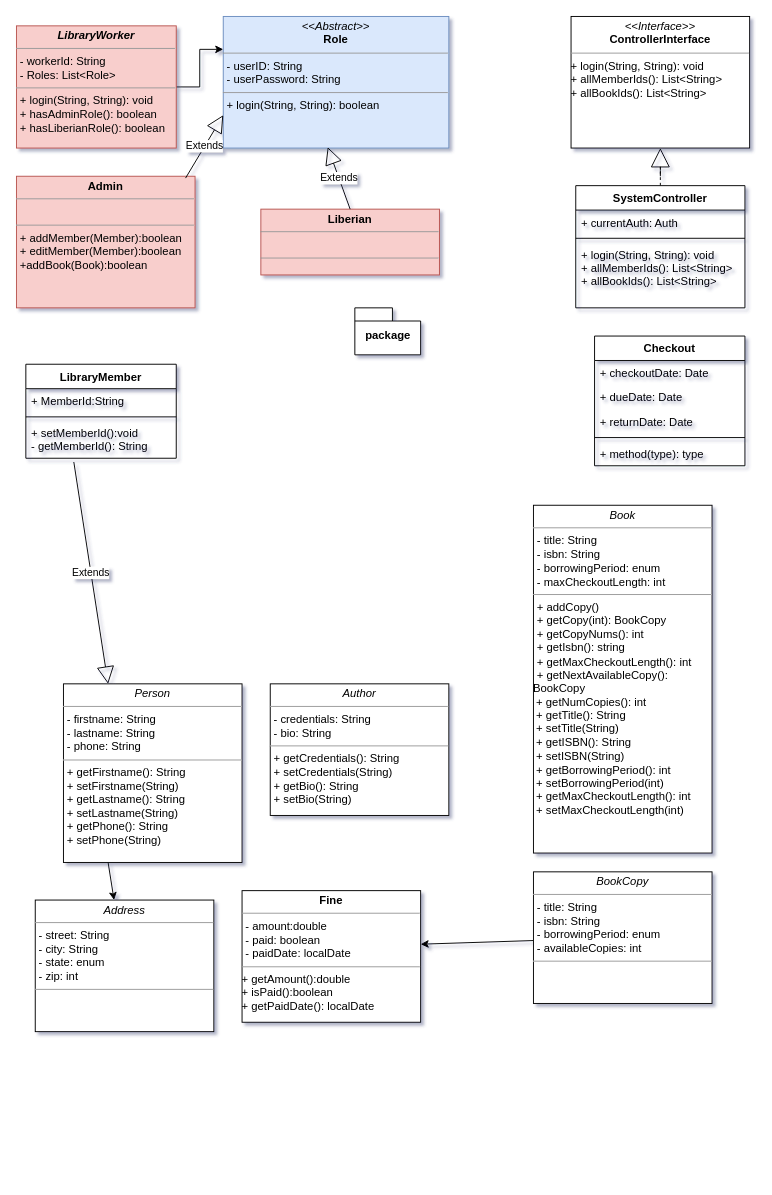
Before: Untitled Diagram.drawio in megaunknown/UML, a draw.io diagram. Source tidied: cells renumbered, new cells numbered last; positions are measured from the earlier drawing's top-left corner, leaving out a move shared by most shapes. Both pictures are drawn from the tidied source at 94%, with x=0, y=0 at pixel (16, 16).
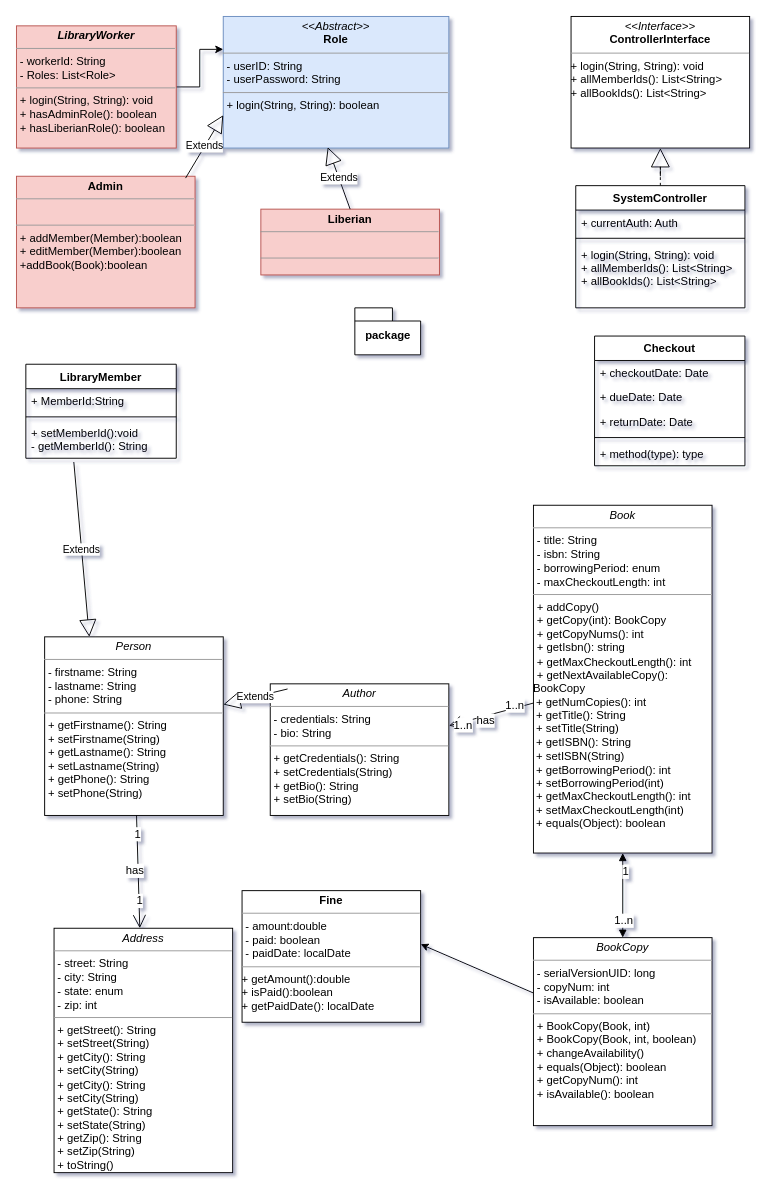
Above is the later version.

Commit message:
Update: Address, Person, Author, Book, BookCopy

The change refers to these unchanged cells:
```xml
<mxCell id="24" value="&lt;p style=&quot;margin: 0px ; margin-top: 4px ; text-align: center&quot;&gt;&lt;i&gt;Author&lt;/i&gt;&lt;/p&gt;&lt;hr size=&quot;1&quot;&gt;&lt;p style=&quot;margin: 0px ; margin-left: 4px&quot;&gt;- credentials: String&lt;br&gt;- bio: String&lt;/p&gt;&lt;hr size=&quot;1&quot;&gt;&lt;p style=&quot;margin: 0px 0px 0px 4px&quot;&gt;+ getCredentials(): String&lt;/p&gt;&lt;p style=&quot;margin: 0px 0px 0px 4px&quot;&gt;+ setCredentials(String)&lt;/p&gt;&lt;p style=&quot;margin: 0px 0px 0px 4px&quot;&gt;+ getBio(): String&lt;/p&gt;&lt;p style=&quot;margin: 0px 0px 0px 4px&quot;&gt;+ setBio(String)&lt;/p&gt;" style="verticalAlign=top;align=left;overflow=fill;fontSize=12;fontFamily=Helvetica;html=1;rounded=0;shadow=0;comic=0;labelBackgroundColor=none;strokeWidth=1;" parent="1" vertex="1">
  <mxGeometry x="270" y="710" width="190" height="140" as="geometry" />
</mxCell>
```

Diff of the diagram source:
```diff
@@
-    <mxCell id="5" value="&lt;p style=&quot;margin: 0px ; margin-top: 4px ; text-align: center&quot;&gt;&lt;i&gt;Book&lt;/i&gt;&lt;/p&gt;&lt;hr size=&quot;1&quot;&gt;&lt;p style=&quot;margin: 0px ; margin-left: 4px&quot;&gt;- title: String&lt;br&gt;- isbn: String&lt;/p&gt;&lt;p style=&quot;margin: 0px ; margin-left: 4px&quot;&gt;- borrowingPeriod: enum&lt;/p&gt;&lt;p style=&quot;margin: 0px ; margin-left: 4px&quot;&gt;-&amp;nbsp;maxCheckoutLength: int&lt;/p&gt;&lt;hr size=&quot;1&quot;&gt;&lt;p style=&quot;margin: 0px ; margin-left: 4px&quot;&gt;+ addCopy()&lt;/p&gt;&lt;p style=&quot;margin: 0px ; margin-left: 4px&quot;&gt;+ getCopy(int): BookCopy&lt;/p&gt;&lt;p style=&quot;margin: 0px ; margin-left: 4px&quot;&gt;+ getCopyNums(): int&lt;br&gt;&lt;/p&gt;&lt;p style=&quot;margin: 0px ; margin-left: 4px&quot;&gt;+&amp;nbsp;getIsbn(): string&lt;/p&gt;&lt;p style=&quot;margin: 0px ; margin-left: 4px&quot;&gt;+&amp;nbsp;getMaxCheckoutLength(): int&lt;/p&gt;&lt;p style=&quot;margin: 0px ; margin-left: 4px&quot;&gt;+ getNextAvailableCopy():&amp;nbsp;&lt;/p&gt;BookCopy&amp;nbsp;&lt;br&gt;&amp;nbsp;+&amp;nbsp;getNumCopies(): int&lt;br&gt;&amp;nbsp;+&amp;nbsp;getTitle(): String&lt;br&gt;&amp;nbsp;+&amp;nbsp;setTitle(String)&amp;nbsp;&lt;br&gt;&amp;nbsp;+&amp;nbsp;getISBN(): String&lt;br&gt;&amp;nbsp;+&amp;nbsp;setISBN(String)&amp;nbsp;&lt;br&gt;&amp;nbsp;+&amp;nbsp;getBorrowingPeriod(): int&lt;br&gt;&amp;nbsp;+ setBorrowingPeriod(int)&amp;nbsp;&lt;br&gt;&amp;nbsp;+&amp;nbsp;getMaxCheckoutLength(): int&lt;br&gt;&amp;nbsp;+ setMaxCheckoutLength(int)&amp;nbsp;" style="verticalAlign=top;align=left;overflow=fill;fontSize=12;fontFamily=Helvetica;html=1;rounded=0;shadow=0;comic=0;labelBackgroundColor=none;strokeWidth=1;" parent="1" vertex="1">
+    <mxCell id="5" value="&lt;p style=&quot;margin: 0px ; margin-top: 4px ; text-align: center&quot;&gt;&lt;i&gt;Book&lt;/i&gt;&lt;/p&gt;&lt;hr size=&quot;1&quot;&gt;&lt;p style=&quot;margin: 0px ; margin-left: 4px&quot;&gt;- title: String&lt;br&gt;- isbn: String&lt;/p&gt;&lt;p style=&quot;margin: 0px ; margin-left: 4px&quot;&gt;- borrowingPeriod: enum&lt;/p&gt;&lt;p style=&quot;margin: 0px ; margin-left: 4px&quot;&gt;-&amp;nbsp;maxCheckoutLength: int&lt;/p&gt;&lt;hr size=&quot;1&quot;&gt;&lt;p style=&quot;margin: 0px ; margin-left: 4px&quot;&gt;+ addCopy()&lt;/p&gt;&lt;p style=&quot;margin: 0px ; margin-left: 4px&quot;&gt;+ getCopy(int): BookCopy&lt;/p&gt;&lt;p style=&quot;margin: 0px ; margin-left: 4px&quot;&gt;+ getCopyNums(): int&lt;br&gt;&lt;/p&gt;&lt;p style=&quot;margin: 0px ; margin-left: 4px&quot;&gt;+&amp;nbsp;getIsbn(): string&lt;/p&gt;&lt;p style=&quot;margin: 0px ; margin-left: 4px&quot;&gt;+&amp;nbsp;getMaxCheckoutLength(): int&lt;/p&gt;&lt;p style=&quot;margin: 0px ; margin-left: 4px&quot;&gt;+ getNextAvailableCopy():&amp;nbsp;&lt;/p&gt;BookCopy&amp;nbsp;&lt;br&gt;&amp;nbsp;+&amp;nbsp;getNumCopies(): int&lt;br&gt;&amp;nbsp;+&amp;nbsp;getTitle(): String&lt;br&gt;&amp;nbsp;+&amp;nbsp;setTitle(String)&amp;nbsp;&lt;br&gt;&amp;nbsp;+&amp;nbsp;getISBN(): String&lt;br&gt;&amp;nbsp;+&amp;nbsp;setISBN(String)&amp;nbsp;&lt;br&gt;&amp;nbsp;+&amp;nbsp;getBorrowingPeriod(): int&lt;br&gt;&amp;nbsp;+ setBorrowingPeriod(int)&amp;nbsp;&lt;br&gt;&amp;nbsp;+&amp;nbsp;getMaxCheckoutLength(): int&lt;br&gt;&amp;nbsp;+ setMaxCheckoutLength(int)&amp;nbsp;&lt;br&gt;&amp;nbsp;+&amp;nbsp;equals(Object): boolean" style="verticalAlign=top;align=left;overflow=fill;fontSize=12;fontFamily=Helvetica;html=1;rounded=0;shadow=0;comic=0;labelBackgroundColor=none;strokeWidth=1;" parent="1" vertex="1">
       <mxGeometry x="550" y="520" width="190" height="370" as="geometry" />
     </mxCell>
@@
     <mxCell id="10" value="&lt;p style=&quot;margin: 0px ; margin-top: 4px ; text-align: center&quot;&gt;&lt;i&gt;Person&lt;/i&gt;&lt;br&gt;&lt;/p&gt;&lt;hr size=&quot;1&quot;&gt;&lt;p style=&quot;margin: 0px ; margin-left: 4px&quot;&gt;- firstname: String&lt;br&gt;- lastname: String&lt;/p&gt;&lt;p style=&quot;margin: 0px ; margin-left: 4px&quot;&gt;- phone: String&lt;br&gt;&lt;/p&gt;&lt;hr size=&quot;1&quot;&gt;&lt;p style=&quot;margin: 0px ; margin-left: 4px&quot;&gt;+ getFirstname(): String&lt;/p&gt;&lt;p style=&quot;margin: 0px ; margin-left: 4px&quot;&gt;+ setFirstname(String)&lt;br&gt;&lt;/p&gt;&lt;p style=&quot;margin: 0px 0px 0px 4px&quot;&gt;+ getLastname(): String&lt;/p&gt;&lt;p style=&quot;margin: 0px 0px 0px 4px&quot;&gt;+ setLastname(String)&lt;br&gt;&lt;/p&gt;&lt;p style=&quot;margin: 0px 0px 0px 4px&quot;&gt;+ getPhone(): String&lt;/p&gt;&lt;p style=&quot;margin: 0px 0px 0px 4px&quot;&gt;+ setPhone(String)&lt;/p&gt;&lt;p style=&quot;margin: 0px 0px 0px 4px&quot;&gt;&lt;br&gt;&lt;/p&gt;" style="verticalAlign=top;align=left;overflow=fill;fontSize=12;fontFamily=Helvetica;html=1;rounded=0;shadow=0;comic=0;labelBackgroundColor=none;strokeWidth=1;" parent="1" vertex="1">
-      <mxGeometry x="50" y="710" width="190" height="190" as="geometry" />
+      <mxGeometry x="30" y="660" width="190" height="190" as="geometry" />
     </mxCell>
@@
-    <mxCell id="14" value="&lt;p style=&quot;margin: 0px ; margin-top: 4px ; text-align: center&quot;&gt;&lt;i&gt;Address&lt;/i&gt;&lt;/p&gt;&lt;hr size=&quot;1&quot;&gt;&lt;p style=&quot;margin: 0px ; margin-left: 4px&quot;&gt;- street: String&lt;br&gt;- city: String&lt;/p&gt;&lt;p style=&quot;margin: 0px ; margin-left: 4px&quot;&gt;- state: enum&lt;/p&gt;&lt;p style=&quot;margin: 0px ; margin-left: 4px&quot;&gt;- zip: int&lt;/p&gt;&lt;hr size=&quot;1&quot;&gt;&lt;p style=&quot;margin: 0px ; margin-left: 4px&quot;&gt;&lt;br&gt;&lt;/p&gt;" style="verticalAlign=top;align=left;overflow=fill;fontSize=12;fontFamily=Helvetica;html=1;rounded=0;shadow=0;comic=0;labelBackgroundColor=none;strokeWidth=1;" parent="1" vertex="1">
-      <mxGeometry x="20" y="940" width="190" height="140" as="geometry" />
+    <mxCell id="14" value="&lt;p style=&quot;margin: 0px ; margin-top: 4px ; text-align: center&quot;&gt;&lt;i&gt;Address&lt;/i&gt;&lt;/p&gt;&lt;hr size=&quot;1&quot;&gt;&lt;p style=&quot;margin: 0px ; margin-left: 4px&quot;&gt;- street: String&lt;br&gt;- city: String&lt;/p&gt;&lt;p style=&quot;margin: 0px ; margin-left: 4px&quot;&gt;- state: enum&lt;/p&gt;&lt;p style=&quot;margin: 0px ; margin-left: 4px&quot;&gt;- zip: int&lt;/p&gt;&lt;hr size=&quot;1&quot;&gt;&lt;p style=&quot;margin: 0px 0px 0px 4px&quot;&gt;+ getStreet(): String&lt;/p&gt;&lt;p style=&quot;margin: 0px 0px 0px 4px&quot;&gt;+ setStreet(String)&lt;/p&gt;&lt;p style=&quot;margin: 0px 0px 0px 4px&quot;&gt;+ getCity(): String&lt;/p&gt;&lt;p style=&quot;margin: 0px 0px 0px 4px&quot;&gt;+ setCity(String)&lt;/p&gt;&lt;p style=&quot;margin: 0px 0px 0px 4px&quot;&gt;+ getCity(): String&lt;/p&gt;&lt;p style=&quot;margin: 0px 0px 0px 4px&quot;&gt;+ setCity(String)&lt;/p&gt;&lt;p style=&quot;margin: 0px 0px 0px 4px&quot;&gt;+ getState(): String&lt;/p&gt;&lt;p style=&quot;margin: 0px 0px 0px 4px&quot;&gt;+ setState(String)&lt;/p&gt;&lt;p style=&quot;margin: 0px 0px 0px 4px&quot;&gt;+ getZip(): String&lt;/p&gt;&lt;p style=&quot;margin: 0px 0px 0px 4px&quot;&gt;+ setZip(String)&lt;/p&gt;&lt;p style=&quot;margin: 0px 0px 0px 4px&quot;&gt;+ toString()&lt;/p&gt;&lt;p style=&quot;margin: 0px 0px 0px 4px&quot;&gt;&lt;br&gt;&lt;/p&gt;&lt;p style=&quot;margin: 0px 0px 0px 4px&quot;&gt;&lt;br&gt;&lt;/p&gt;" style="verticalAlign=top;align=left;overflow=fill;fontSize=12;fontFamily=Helvetica;html=1;rounded=0;shadow=0;comic=0;labelBackgroundColor=none;strokeWidth=1;" parent="1" vertex="1">
+      <mxGeometry x="40" y="970" width="190" height="260" as="geometry" />
     </mxCell>
@@
-    <mxCell id="22" style="endArrow=classic;html=1;exitX=0.25;exitY=1;exitDx=0;exitDy=0;" parent="1" edge="1" source="10" target="14">
-      <mxGeometry relative="1" as="geometry" />
-    </mxCell>
@@
-    <mxCell id="25" value="&lt;p style=&quot;margin: 0px ; margin-top: 4px ; text-align: center&quot;&gt;&lt;i&gt;BookCopy&lt;/i&gt;&lt;/p&gt;&lt;hr size=&quot;1&quot;&gt;&lt;p style=&quot;margin: 0px ; margin-left: 4px&quot;&gt;- title: String&lt;br&gt;- isbn: String&lt;/p&gt;&lt;p style=&quot;margin: 0px ; margin-left: 4px&quot;&gt;- borrowingPeriod: enum&lt;/p&gt;&lt;p style=&quot;margin: 0px ; margin-left: 4px&quot;&gt;- availableCopies: int&lt;/p&gt;&lt;hr size=&quot;1&quot;&gt;&lt;p style=&quot;margin: 0px ; margin-left: 4px&quot;&gt;&lt;br&gt;&lt;/p&gt;" style="verticalAlign=top;align=left;overflow=fill;fontSize=12;fontFamily=Helvetica;html=1;rounded=0;shadow=0;comic=0;labelBackgroundColor=none;strokeWidth=1;" parent="1" vertex="1">
-      <mxGeometry x="550" y="910" width="190" height="140" as="geometry" />
+    <mxCell id="25" value="&lt;p style=&quot;margin: 0px ; margin-top: 4px ; text-align: center&quot;&gt;&lt;i&gt;BookCopy&lt;/i&gt;&lt;/p&gt;&lt;hr size=&quot;1&quot;&gt;&lt;p style=&quot;margin: 0px ; margin-left: 4px&quot;&gt;- serialVersionUID: long&lt;br&gt;- copyNum: int&lt;/p&gt;&lt;p style=&quot;margin: 0px ; margin-left: 4px&quot;&gt;- isAvailable: boolean&lt;br&gt;&lt;/p&gt;&lt;hr size=&quot;1&quot;&gt;&lt;p style=&quot;margin: 0px ; margin-left: 4px&quot;&gt;+ BookCopy(Book, int)&lt;br&gt;&lt;/p&gt;&lt;p style=&quot;margin: 0px ; margin-left: 4px&quot;&gt;+&amp;nbsp;BookCopy(Book, int, boolean)&lt;/p&gt;&lt;p style=&quot;margin: 0px ; margin-left: 4px&quot;&gt;+&amp;nbsp;changeAvailability()&lt;br&gt;+&amp;nbsp;equals(Object): boolean&lt;/p&gt;&lt;p style=&quot;margin: 0px ; margin-left: 4px&quot;&gt;+ getCopyNum(): int&lt;br&gt;&lt;/p&gt;&lt;p style=&quot;margin: 0px ; margin-left: 4px&quot;&gt;+&amp;nbsp;isAvailable(): boolean&lt;/p&gt;&lt;p style=&quot;margin: 0px ; margin-left: 4px&quot;&gt;&lt;br&gt;&lt;/p&gt;&lt;p style=&quot;margin: 0px ; margin-left: 4px&quot;&gt;&lt;br&gt;&lt;/p&gt;" style="verticalAlign=top;align=left;overflow=fill;fontSize=12;fontFamily=Helvetica;html=1;rounded=0;shadow=0;comic=0;labelBackgroundColor=none;strokeWidth=1;" parent="1" vertex="1">
+      <mxGeometry x="550" y="980" width="190" height="200" as="geometry" />
     </mxCell>
@@
+    <mxCell id="35" style="endArrow=open;endFill=1;endSize=12;html=1;" parent="1" edge="1" source="5" target="24">
+      <mxGeometry relative="1" as="geometry" />
+    </mxCell>
+    <mxCell id="36" value="has" style="text;html=1;align=center;verticalAlign=middle;labelBackgroundColor=#ffffff;" parent="35" vertex="1">
+      <mxGeometry x="0.15" y="4" relative="1" as="geometry" />
+    </mxCell>
+    <mxCell id="37" value="1..n" style="text;html=1;align=center;verticalAlign=middle;labelBackgroundColor=#ffffff;" parent="35" vertex="1">
+      <mxGeometry x="-0.57" y="-3" relative="1" as="geometry" />
+    </mxCell>
+    <mxCell id="38" value="1..n" style="text;html=1;align=center;verticalAlign=middle;labelBackgroundColor=#ffffff;" parent="35" vertex="1">
+      <mxGeometry x="0.69" y="3" relative="1" as="geometry" />
+    </mxCell>
@@
+    <mxCell id="39" style="endArrow=block;startArrow=block;endFill=1;startFill=1;html=1;" parent="1" edge="1" source="25" target="5">
+      <mxGeometry relative="1" as="geometry" />
+    </mxCell>
+    <mxCell id="40" value="1..n" style="text;html=1;align=center;verticalAlign=middle;labelBackgroundColor=#ffffff;" parent="39" vertex="1">
+      <mxGeometry x="-0.57" relative="1" as="geometry" />
+    </mxCell>
+    <mxCell id="41" value="1" style="text;html=1;align=center;verticalAlign=middle;labelBackgroundColor=#ffffff;" parent="39" vertex="1">
+      <mxGeometry x="0.58" y="-2" relative="1" as="geometry" />
+    </mxCell>
@@
+    <mxCell id="22" style="endArrow=open;endFill=1;endSize=12;html=1;" parent="1" edge="1" source="10" target="14">
+      <mxGeometry relative="1" as="geometry" />
+    </mxCell>
+    <mxCell id="42" value="has" style="text;html=1;align=center;verticalAlign=middle;labelBackgroundColor=#ffffff;" parent="22" vertex="1">
+      <mxGeometry x="0.24" y="-4" relative="1" as="geometry">
+        <mxPoint y="-15.1" as="offset" />
+      </mxGeometry>
+    </mxCell>
+    <mxCell id="43" value="1" style="text;html=1;align=center;verticalAlign=middle;labelBackgroundColor=#ffffff;" parent="22" vertex="1">
+      <mxGeometry x="0.8" relative="1" as="geometry">
+        <mxPoint y="-17.9" as="offset" />
+      </mxGeometry>
+    </mxCell>
+    <mxCell id="44" value="1" style="text;html=1;align=center;verticalAlign=middle;labelBackgroundColor=#ffffff;" parent="22" vertex="1">
+      <mxGeometry x="-0.67" relative="1" as="geometry" />
+    </mxCell>
@@
+    <mxCell id="45" value="Extends" style="endArrow=block;endSize=16;endFill=0;html=1;exitX=0.097;exitY=0.039;exitDx=0;exitDy=0;exitPerimeter=0;" parent="1" edge="1" source="24" target="10">
+      <mxGeometry relative="1" as="geometry" />
+    </mxCell>
```
